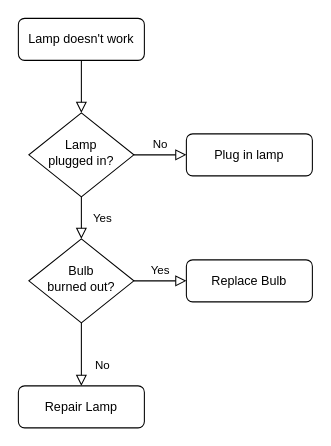
RealMDaiyan/HangmanProject keeps this draw.io diagram as Untitled Diagram.drawio. Above is the earlier version. Source tidied: cells renumbered, new cells numbered last; positions are measured from the earlier drawing's top-left corner, leaving out a move shared by most shapes. Both pictures are drawn from the tidied source at 105%, with x=0, y=0 at pixel (18, 18).
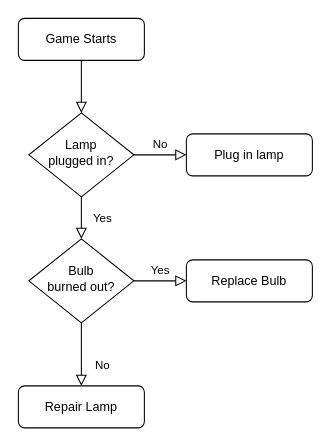
Above is the later version.

What changed in the source:
```diff
@@
 <mxGraphModel>
   <root>
     <mxCell id="0" />
     <mxCell id="1" parent="0" />
     <mxCell id="2" style="rounded=0;html=1;jettySize=auto;fontSize=11;endArrow=block;endFill=0;endSize=8;strokeWidth=1;shadow=0;labelBackgroundColor=none;edgeStyle=orthogonalEdgeStyle;" parent="1" edge="1" source="3" target="6">
       <mxGeometry relative="1" as="geometry" />
     </mxCell>
-    <mxCell id="3" value="Lamp doesn't work" style="rounded=1;whiteSpace=wrap;html=1;fontSize=12;glass=0;strokeWidth=1;shadow=0;" parent="1" vertex="1">
+    <mxCell id="3" value="Game Starts" style="rounded=1;whiteSpace=wrap;html=1;fontSize=12;glass=0;strokeWidth=1;shadow=0;" parent="1" vertex="1">
       <mxGeometry width="120" height="40" as="geometry" />
     </mxCell>
     <mxCell id="4" value="Yes" style="rounded=0;html=1;jettySize=auto;fontSize=11;endArrow=block;endFill=0;endSize=8;strokeWidth=1;shadow=0;labelBackgroundColor=none;edgeStyle=orthogonalEdgeStyle;" parent="1" edge="1" source="6" target="10">
       <mxGeometry y="20" relative="1" as="geometry" />
     </mxCell>
     <mxCell id="5" value="No" style="edgeStyle=orthogonalEdgeStyle;rounded=0;html=1;jettySize=auto;fontSize=11;endArrow=block;endFill=0;endSize=8;strokeWidth=1;shadow=0;labelBackgroundColor=none;" parent="1" edge="1" source="6" target="7">
       <mxGeometry y="10" relative="1" as="geometry" />
     </mxCell>
     <mxCell id="6" value="Lamp&lt;br&gt;plugged in?" style="rhombus;whiteSpace=wrap;html=1;shadow=0;fontFamily=Helvetica;fontSize=12;align=center;strokeWidth=1;spacing=6;spacingTop=-4;" parent="1" vertex="1">
       <mxGeometry x="10" y="90" width="100" height="80" as="geometry" />
     </mxCell>
     <mxCell id="7" value="Plug in lamp" style="rounded=1;whiteSpace=wrap;html=1;fontSize=12;glass=0;strokeWidth=1;shadow=0;" parent="1" vertex="1">
       <mxGeometry x="160" y="110" width="120" height="40" as="geometry" />
     </mxCell>
     <mxCell id="8" value="No" style="rounded=0;html=1;jettySize=auto;fontSize=11;endArrow=block;endFill=0;endSize=8;strokeWidth=1;shadow=0;labelBackgroundColor=none;edgeStyle=orthogonalEdgeStyle;" parent="1" edge="1" source="10" target="11">
       <mxGeometry x="0.33" y="20" relative="1" as="geometry" />
     </mxCell>
     <mxCell id="9" value="Yes" style="edgeStyle=orthogonalEdgeStyle;rounded=0;html=1;jettySize=auto;fontSize=11;endArrow=block;endFill=0;endSize=8;strokeWidth=1;shadow=0;labelBackgroundColor=none;" parent="1" edge="1" source="10" target="12">
       <mxGeometry y="10" relative="1" as="geometry" />
     </mxCell>
     <mxCell id="10" value="Bulb&lt;br&gt;burned out?" style="rhombus;whiteSpace=wrap;html=1;shadow=0;fontFamily=Helvetica;fontSize=12;align=center;strokeWidth=1;spacing=6;spacingTop=-4;" parent="1" vertex="1">
       <mxGeometry x="10" y="210" width="100" height="80" as="geometry" />
     </mxCell>
     <mxCell id="11" value="Repair Lamp" style="rounded=1;whiteSpace=wrap;html=1;fontSize=12;glass=0;strokeWidth=1;shadow=0;" parent="1" vertex="1">
       <mxGeometry y="350" width="120" height="40" as="geometry" />
     </mxCell>
     <mxCell id="12" value="Replace Bulb" style="rounded=1;whiteSpace=wrap;html=1;fontSize=12;glass=0;strokeWidth=1;shadow=0;" parent="1" vertex="1">
       <mxGeometry x="160" y="230" width="120" height="40" as="geometry" />
     </mxCell>
   </root>
 </mxGraphModel>
```
